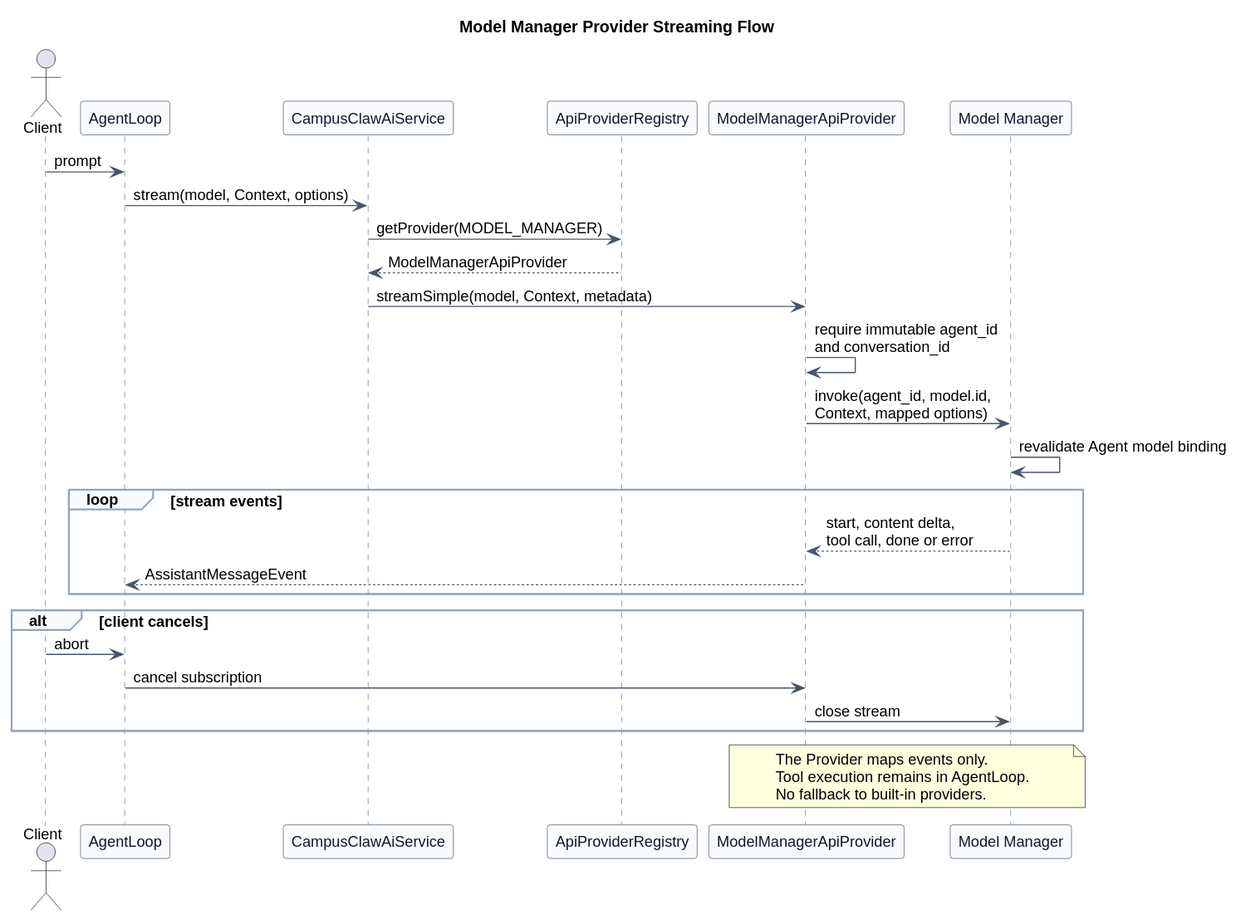
The PlantUML diagram pi-mono-java-manager-driven-multi-agent-runtime/model_manager_streaming_flow.svg in superheromeZzh/pi-mono-java-design, before a commit. Source of this version:
```plantuml
@startuml
title Model Manager Provider Streaming Flow


skinparam backgroundColor #FFFFFF
skinparam shadowing false
skinparam defaultFontName Arial
skinparam defaultFontSize 13
skinparam participant {
  BackgroundColor #F8FAFC
  BorderColor #475569
  FontColor #0F172A
}
skinparam ArrowColor #475569
skinparam sequence {
  LifeLineBorderColor #64748B
  LifeLineBackgroundColor #F8FAFC
  GroupBorderColor #94A3B8
  GroupBackgroundColor #F8FAFC
}

actor Client
participant "AgentLoop" as Loop
participant "CampusClawAiService" as AiService
participant "ApiProviderRegistry" as Registry
participant "ModelManagerApiProvider" as Provider
participant "Model Manager" as ModelManager

Client -> Loop : prompt
Loop -> AiService : stream(model, Context, options)
AiService -> Registry : getProvider(MODEL_MANAGER)
Registry --> AiService : ModelManagerApiProvider
AiService -> Provider : streamSimple(model, Context, metadata)
Provider -> Provider : require immutable agent_id\nand conversation_id
Provider -> ModelManager : invoke(agent_id, model.id,\nContext, mapped options)
ModelManager -> ModelManager : revalidate Agent model binding

loop stream events
  ModelManager --> Provider : start, content delta,\ntool call, done or error
  Provider --> Loop : AssistantMessageEvent
end

alt client cancels
  Client -> Loop : abort
  Loop -> Provider : cancel subscription
  Provider -> ModelManager : close stream
end

note over Provider,ModelManager
The Provider maps events only.
Tool execution remains in AgentLoop.
No fallback to built-in providers.
end note
@enduml
```
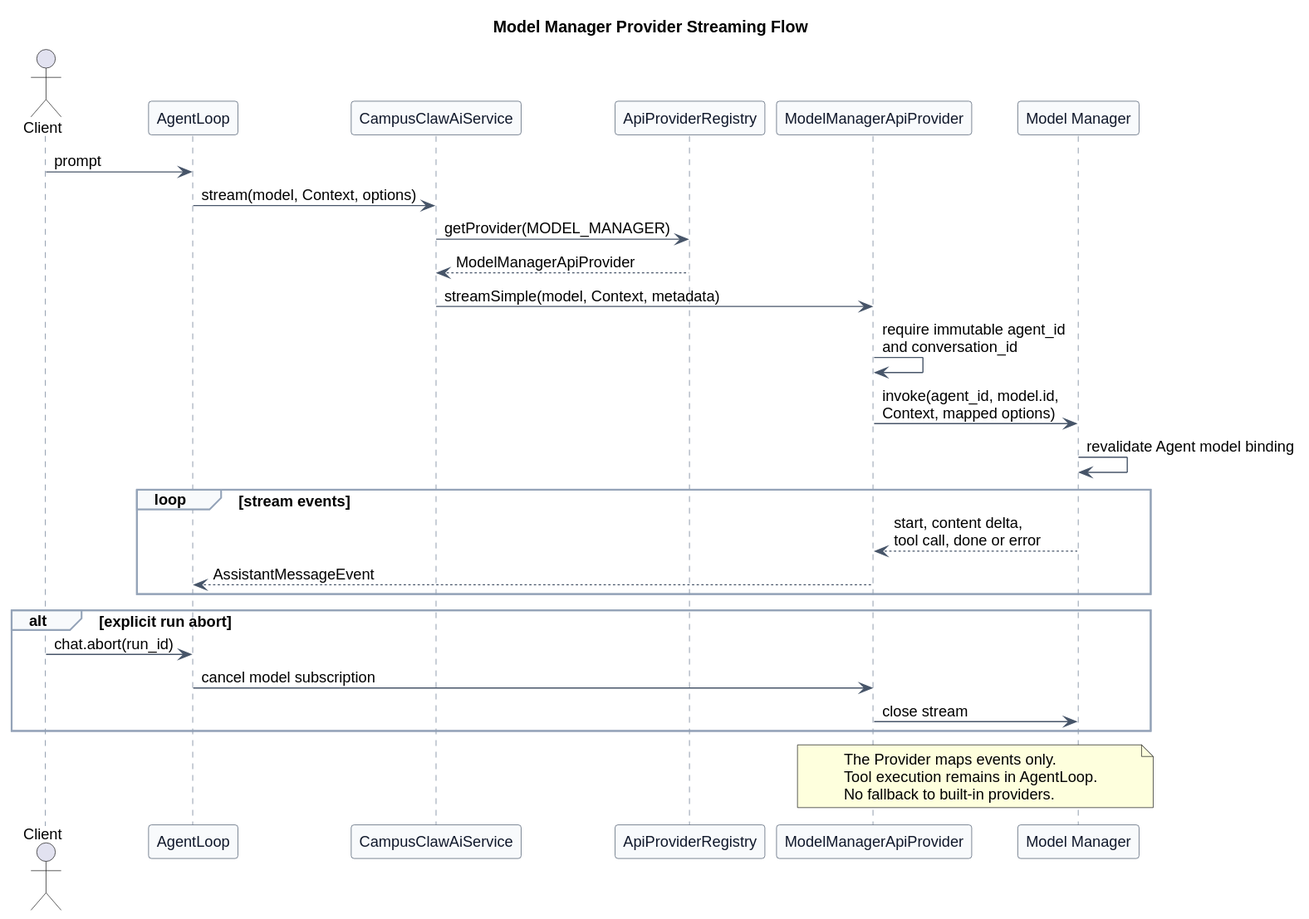
After the change.

Diff of the diagram source:
```diff
@@ -40,9 +40,9 @@
   Provider --> Loop : AssistantMessageEvent
 end
 
-alt client cancels
-  Client -> Loop : abort
-  Loop -> Provider : cancel subscription
+alt explicit run abort
+  Client -> Loop : chat.abort(run_id)
+  Loop -> Provider : cancel model subscription
   Provider -> ModelManager : close stream
 end
 
```
